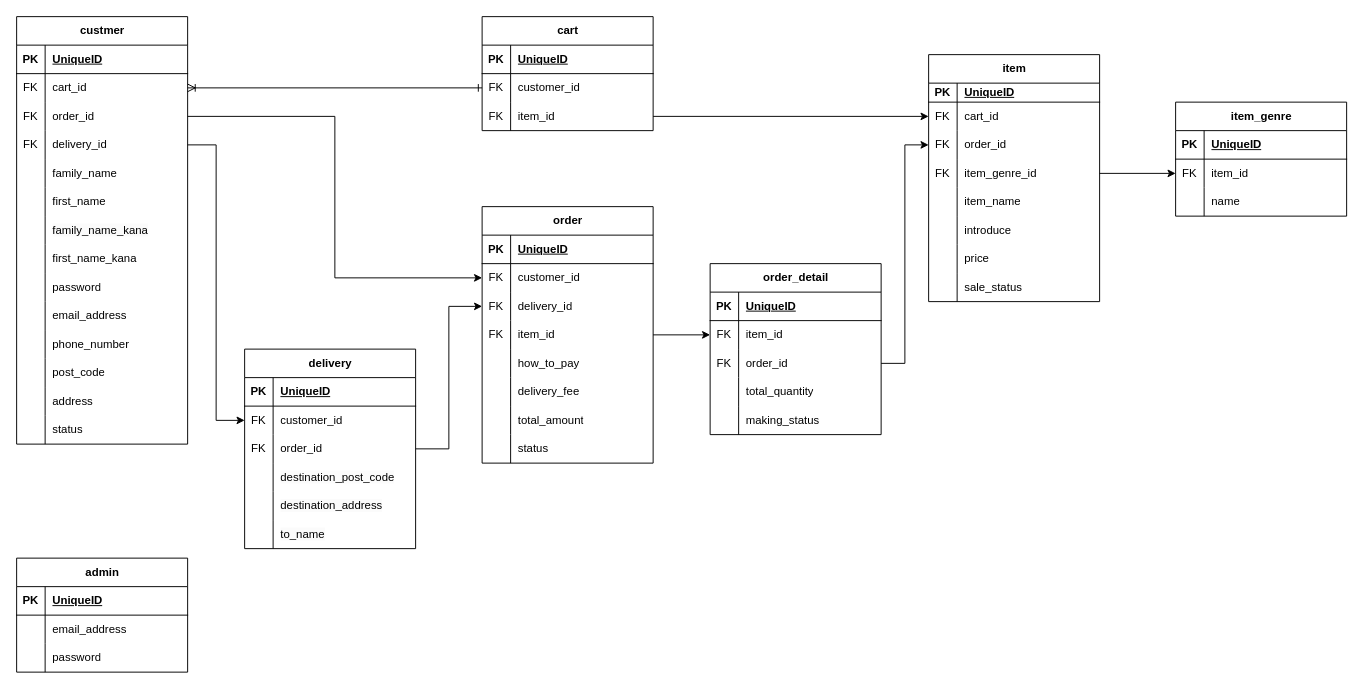
The draw.io diagram 名称未設定ファイル.drawio in yuna096740/sample_app, before the edit. Source tidied: cells renumbered, new cells numbered last; positions are measured from the earlier drawing's top-left corner, leaving out a move shared by most shapes. Both pictures are drawn from the tidied source at 95%, with x=0, y=0 at pixel (16, 16).
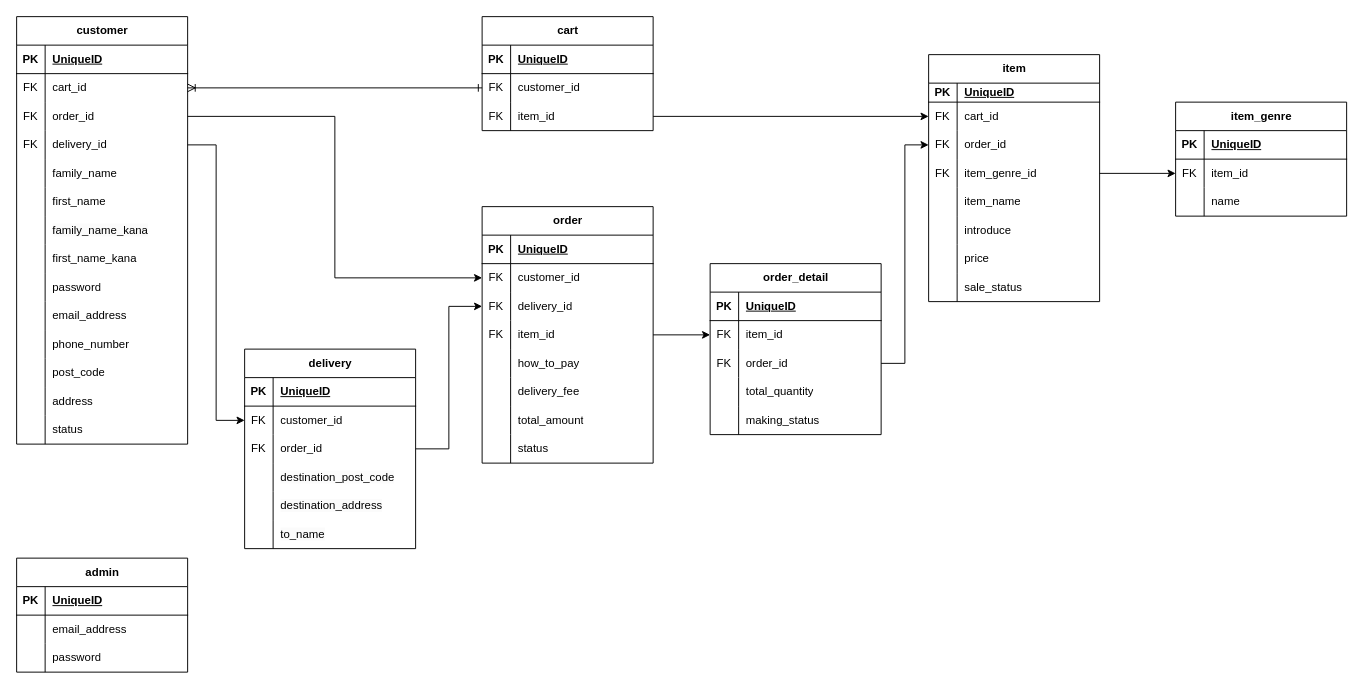
Above is the later version.

Commit message:
名称未設定ファイル.drawio を更新します

Change to the diagram source:
```diff
@@
-    <mxCell id="2" value="custmer" style="shape=table;startSize=30;childLayout=tableLayout;rowLines=0;fontStyle=1;align=center;html=1;" parent="1" vertex="1">
+    <mxCell id="2" value="customer" style="shape=table;startSize=30;childLayout=tableLayout;rowLines=0;fontStyle=1;align=center;html=1;" parent="1" vertex="1">
       <mxGeometry width="180" height="450" as="geometry" />
     </mxCell>
```
